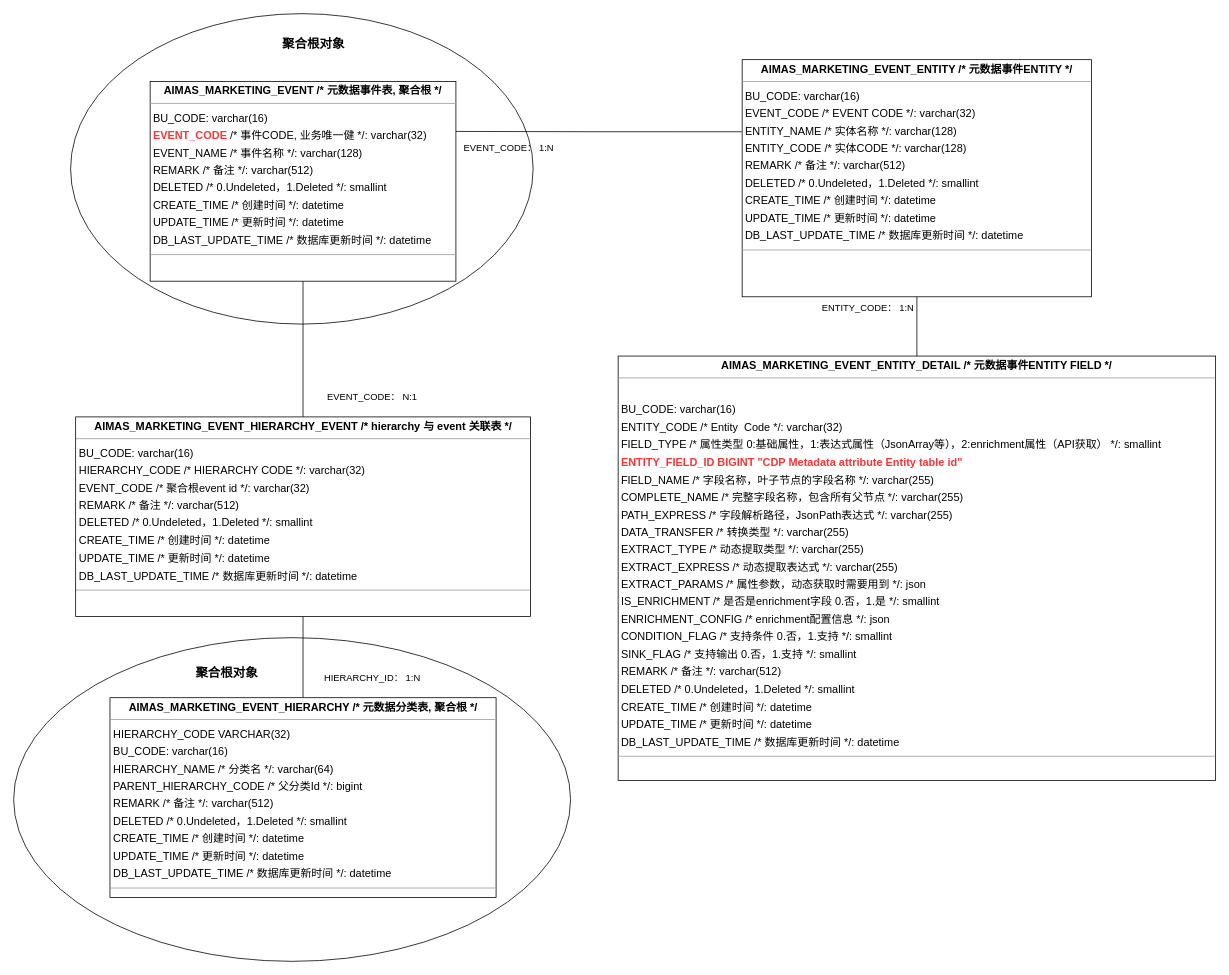
Before: techlab/AIMAS event center ER.drawio in qiufang1314/drawio, a draw.io diagram. Source tidied: cells renumbered, new cells numbered last; positions are measured from the earlier drawing's top-left corner, leaving out a move shared by most shapes. Both pictures are drawn from the tidied source at 78%, with x=0, y=0 at pixel (13, 13).
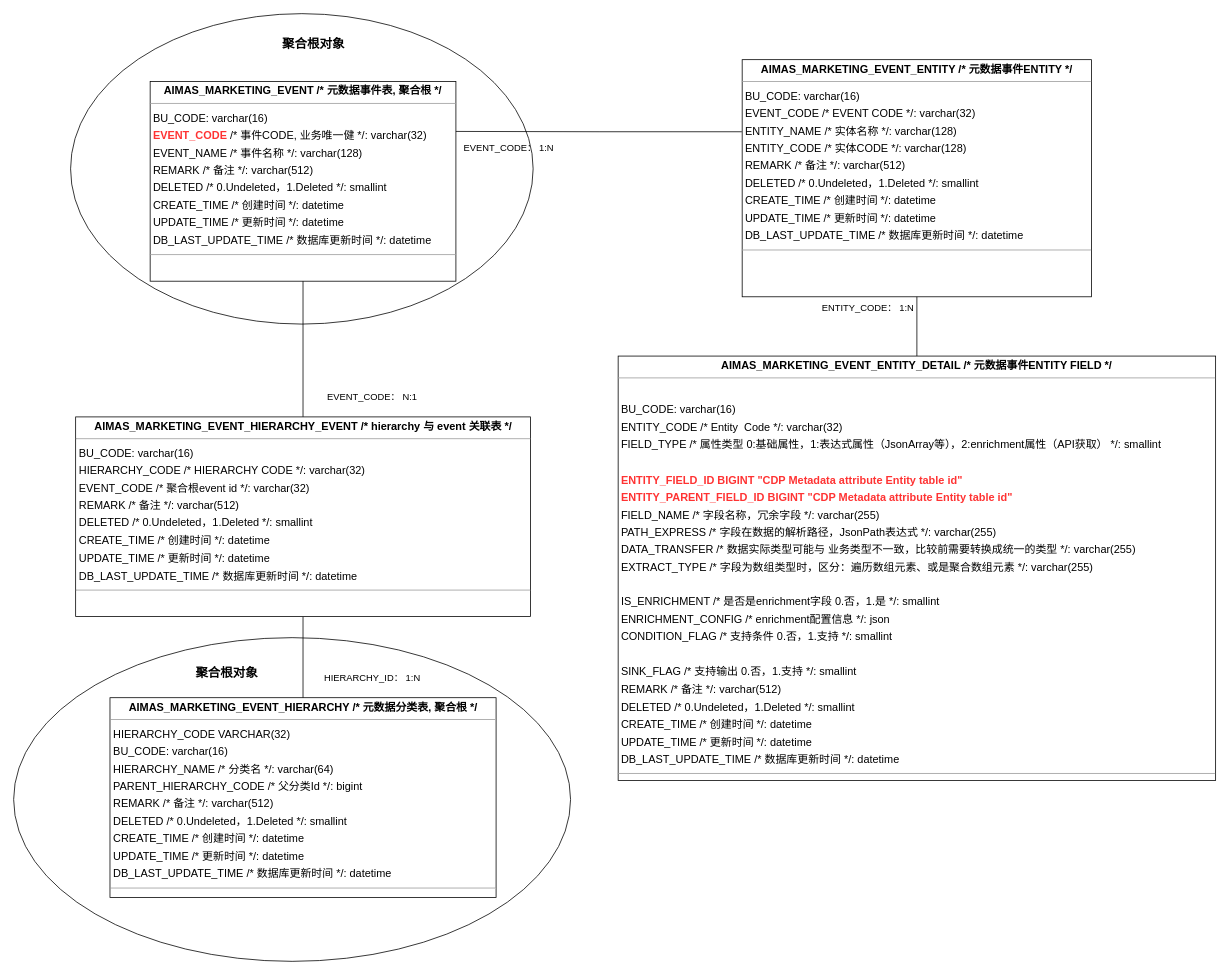
The same page after the edit.

Change to the diagram source:
```diff
@@
 <mxGraphModel>
   <root>
     <mxCell id="0" />
     <mxCell id="1" parent="0" />
     <mxCell id="2" style="ellipse;whiteSpace=wrap;html=1;" parent="1" vertex="1">
       <mxGeometry y="800" width="714" height="415" as="geometry" />
     </mxCell>
     <mxCell id="3" style="ellipse;whiteSpace=wrap;html=1;" parent="1" vertex="1">
       <mxGeometry x="73" width="593" height="398" as="geometry" />
     </mxCell>
     <mxCell id="4" value="&lt;p style=&quot;margin:0px;margin-top:4px;text-align:center;&quot;&gt;&lt;b&gt;AIMAS_MARKETING_EVENT  /* 元数据事件表, 聚合根 */&lt;/b&gt;&lt;/p&gt;&lt;hr size=&quot;1&quot;&gt;&lt;p style=&quot;margin:0 0 0 4px;line-height:1.6;&quot;&gt; BU_CODE: varchar(16)&lt;br&gt;&lt;b&gt;&lt;font color=&quot;#ff3333&quot;&gt; EVENT_CODE&lt;/font&gt;&lt;/b&gt;  /* 事件CODE, 业务唯一健 */: varchar(32)&lt;br&gt; EVENT_NAME  /* 事件名称 */: varchar(128)&lt;br&gt; REMARK  /* 备注 */: varchar(512)&lt;br&gt; DELETED  /* 0.Undeleted，1.Deleted */: smallint&lt;br&gt; CREATE_TIME  /* 创建时间 */: datetime&lt;br&gt; UPDATE_TIME  /* 更新时间 */: datetime&lt;br&gt; DB_LAST_UPDATE_TIME  /* 数据库更新时间 */: datetime&lt;/p&gt;&lt;hr size=&quot;1&quot;&gt;&lt;p style=&quot;margin:0 0 0 4px;line-height:1.6;&quot;&gt;&lt;br&gt;&lt;/p&gt;" style="verticalAlign=top;align=left;overflow=fill;fontSize=14;fontFamily=Helvetica;html=1;rounded=0;shadow=0;comic=0;labelBackgroundColor=none;strokeWidth=1;" parent="1" vertex="1">
       <mxGeometry x="175" y="87" width="392" height="256" as="geometry" />
     </mxCell>
     <mxCell id="5" style="edgeStyle=orthogonalEdgeStyle;rounded=0;jettySize=auto;html=1;entryX=1;entryY=0.25;entryDx=0;entryDy=0;exitX=-0.001;exitY=0.304;exitDx=0;exitDy=0;exitPerimeter=0;endArrow=none;endFill=0;" parent="1" edge="1" source="6" target="4">
       <mxGeometry relative="1" as="geometry" />
     </mxCell>
     <mxCell id="6" value="&lt;p style=&quot;margin:0px;margin-top:4px;text-align:center;&quot;&gt;&lt;b&gt;AIMAS_MARKETING_EVENT_ENTITY  /* 元数据事件ENTITY */&lt;/b&gt;&lt;/p&gt;&lt;hr size=&quot;1&quot;&gt;&lt;p style=&quot;margin:0 0 0 4px;line-height:1.6;&quot;&gt;BU_CODE: varchar(16)&lt;br&gt;&lt;/p&gt;&lt;p style=&quot;margin:0 0 0 4px;line-height:1.6;&quot;&gt; EVENT_CODE  /* EVENT CODE */: varchar(32)&lt;br&gt; ENTITY_NAME  /* 实体名称 */: varchar(128)&lt;br&gt; ENTITY_CODE  /* 实体CODE */: varchar(128)&lt;br&gt; REMARK  /* 备注 */: varchar(512)&lt;br&gt; DELETED  /* 0.Undeleted，1.Deleted */: smallint&lt;br&gt; CREATE_TIME  /* 创建时间 */: datetime&lt;br&gt; UPDATE_TIME  /* 更新时间 */: datetime&lt;br&gt; DB_LAST_UPDATE_TIME  /* 数据库更新时间 */: datetime&lt;/p&gt;&lt;hr size=&quot;1&quot;&gt;&lt;p style=&quot;margin:0 0 0 4px;line-height:1.6;&quot;&gt;&lt;br&gt;&lt;/p&gt;" style="verticalAlign=top;align=left;overflow=fill;fontSize=14;fontFamily=Helvetica;html=1;rounded=0;shadow=0;comic=0;labelBackgroundColor=none;strokeWidth=1;" parent="1" vertex="1">
       <mxGeometry x="934" y="59" width="448" height="304" as="geometry" />
     </mxCell>
     <mxCell id="7" style="edgeStyle=orthogonalEdgeStyle;rounded=0;jettySize=auto;html=1;endArrow=none;endFill=0;" parent="1" edge="1" source="8" target="6">
       <mxGeometry relative="1" as="geometry" />
     </mxCell>
-    <mxCell id="8" value="&lt;p style=&quot;margin:0px;margin-top:4px;text-align:center;&quot;&gt;&lt;b&gt;AIMAS_MARKETING_EVENT_ENTITY_DETAIL /* 元数据事件ENTITY FIELD */&lt;/b&gt;&lt;/p&gt;&lt;hr size=&quot;1&quot;&gt;&lt;p style=&quot;margin:0 0 0 4px;line-height:1.6;&quot;&gt;&lt;br&gt;&lt;/p&gt;&lt;p style=&quot;margin:0 0 0 4px;line-height:1.6;&quot;&gt; BU_CODE: varchar(16)&lt;br&gt; ENTITY_CODE /* Entity &amp;nbsp;Code */: varchar(32)&lt;br&gt; FIELD_TYPE  /* 属性类型 0:基础属性，1:表达式属性（JsonArray等），2:enrichment属性（API获取） */: smallint&lt;/p&gt;&lt;p style=&quot;margin:0 0 0 4px;line-height:1.6;&quot;&gt;&lt;font color=&quot;#ff3333&quot;&gt;&lt;b&gt;ENTITY_FIELD_ID BIGINT &quot;CDP Metadata attribute Entity table id&quot;&lt;/b&gt;&lt;/font&gt;&lt;br&gt; FIELD_NAME  /* 字段名称，叶子节点的字段名称 */: varchar(255)&lt;br&gt; COMPLETE_NAME  /* 完整字段名称，包含所有父节点 */: varchar(255)&lt;br&gt; PATH_EXPRESS  /* 字段解析路径，JsonPath表达式 */: varchar(255)&lt;br&gt; DATA_TRANSFER  /* 转换类型 */: varchar(255)&lt;br&gt; EXTRACT_TYPE  /* 动态提取类型 */: varchar(255)&lt;br&gt; EXTRACT_EXPRESS  /* 动态提取表达式 */: varchar(255)&lt;br&gt; EXTRACT_PARAMS  /* 属性参数，动态获取时需要用到 */: json&lt;br&gt; IS_ENRICHMENT  /* 是否是enrichment字段 0.否，1.是 */: smallint&lt;br&gt; ENRICHMENT_CONFIG  /* enrichment配置信息 */: json&lt;br&gt; CONDITION_FLAG  /* 支持条件 0.否，1.支持 */: smallint&lt;br&gt; SINK_FLAG  /* 支持输出 0.否，1.支持 */: smallint&lt;br&gt; REMARK  /* 备注 */: varchar(512)&lt;br&gt; DELETED  /* 0.Undeleted，1.Deleted */: smallint&lt;br&gt; CREATE_TIME  /* 创建时间 */: datetime&lt;br&gt; UPDATE_TIME  /* 更新时间 */: datetime&lt;br&gt; DB_LAST_UPDATE_TIME  /* 数据库更新时间 */: datetime&lt;/p&gt;&lt;hr size=&quot;1&quot;&gt;&lt;p style=&quot;margin:0 0 0 4px;line-height:1.6;&quot;&gt;&lt;br&gt;&lt;/p&gt;" style="verticalAlign=top;align=left;overflow=fill;fontSize=14;fontFamily=Helvetica;html=1;rounded=0;shadow=0;comic=0;labelBackgroundColor=none;strokeWidth=1;" parent="1" vertex="1">
+    <mxCell id="8" value="&lt;p style=&quot;margin:0px;margin-top:4px;text-align:center;&quot;&gt;&lt;b&gt;AIMAS_MARKETING_EVENT_ENTITY_DETAIL /* 元数据事件ENTITY FIELD */&lt;/b&gt;&lt;/p&gt;&lt;hr size=&quot;1&quot;&gt;&lt;p style=&quot;margin:0 0 0 4px;line-height:1.6;&quot;&gt;&lt;br&gt;&lt;/p&gt;&lt;p style=&quot;margin:0 0 0 4px;line-height:1.6;&quot;&gt; BU_CODE: varchar(16)&lt;br&gt; ENTITY_CODE /* Entity &amp;nbsp;Code */: varchar(32)&lt;br&gt; FIELD_TYPE  /* 属性类型 0:基础属性，1:表达式属性（JsonArray等），2:enrichment属性（API获取） */: smallint&lt;/p&gt;&lt;p style=&quot;margin:0 0 0 4px;line-height:1.6;&quot;&gt;&lt;br&gt;&lt;/p&gt;&lt;p style=&quot;margin:0 0 0 4px;line-height:1.6;&quot;&gt;&lt;font color=&quot;#ff3333&quot;&gt;&lt;b&gt;ENTITY_FIELD_ID BIGINT &quot;CDP Metadata attribute Entity table id&quot;&lt;/b&gt;&lt;/font&gt;&lt;/p&gt;&lt;p style=&quot;margin:0 0 0 4px;line-height:1.6;&quot;&gt;&lt;b style=&quot;caret-color: rgb(255, 51, 51); color: rgb(255, 51, 51);&quot;&gt;ENTITY_PARENT_FIELD_ID BIGINT &quot;CDP Metadata attribute Entity table id&quot;&lt;/b&gt;&lt;font color=&quot;#ff3333&quot;&gt;&lt;span style=&quot;caret-color: rgb(255, 51, 51);&quot;&gt;&lt;b&gt;&lt;br&gt;&lt;/b&gt;&lt;/span&gt;&lt;/font&gt; FIELD_NAME  /* 字段名称，冗余字段 */: varchar(255)&lt;br&gt; PATH_EXPRESS  /* 字段在数据的解析路径，JsonPath表达式 */: varchar(255)&lt;br&gt; DATA_TRANSFER  /* 数据实际类型可能与 业务类型不一致，比较前需要转换成统一的类型 */: varchar(255)&lt;br&gt; EXTRACT_TYPE  /* 字段为数组类型时，区分：遍历数组元素、或是聚合数组元素 */: varchar(255)&lt;br&gt;&lt;br&gt; IS_ENRICHMENT  /* 是否是enrichment字段 0.否，1.是 */: smallint&lt;br&gt; ENRICHMENT_CONFIG  /* enrichment配置信息 */: json&lt;br&gt; CONDITION_FLAG  /* 支持条件 0.否，1.支持 */: smallint&lt;/p&gt;&lt;p style=&quot;margin:0 0 0 4px;line-height:1.6;&quot;&gt;&lt;br&gt; SINK_FLAG  /* 支持输出 0.否，1.支持 */: smallint&lt;br&gt; REMARK  /* 备注 */: varchar(512)&lt;br&gt; DELETED  /* 0.Undeleted，1.Deleted */: smallint&lt;br&gt; CREATE_TIME  /* 创建时间 */: datetime&lt;br&gt; UPDATE_TIME  /* 更新时间 */: datetime&lt;br&gt; DB_LAST_UPDATE_TIME  /* 数据库更新时间 */: datetime&lt;/p&gt;&lt;hr size=&quot;1&quot;&gt;&lt;p style=&quot;margin:0 0 0 4px;line-height:1.6;&quot;&gt;&lt;br&gt;&lt;/p&gt;" style="verticalAlign=top;align=left;overflow=fill;fontSize=14;fontFamily=Helvetica;html=1;rounded=0;shadow=0;comic=0;labelBackgroundColor=none;strokeWidth=1;" parent="1" vertex="1">
       <mxGeometry x="775" y="439" width="766" height="544" as="geometry" />
     </mxCell>
     <mxCell id="9" value="&lt;p style=&quot;margin:0px;margin-top:4px;text-align:center;&quot;&gt;&lt;b&gt;AIMAS_MARKETING_EVENT_HIERARCHY  /* 元数据分类表, 聚合根 */&lt;/b&gt;&lt;/p&gt;&lt;hr size=&quot;1&quot;&gt;&lt;p style=&quot;margin:0 0 0 4px;line-height:1.6;&quot;&gt;HIERARCHY_CODE VARCHAR(32)&lt;/p&gt;&lt;p style=&quot;margin:0 0 0 4px;line-height:1.6;&quot;&gt; BU_CODE: varchar(16)&lt;br&gt; HIERARCHY_NAME  /* 分类名 */: varchar(64)&lt;br&gt; PARENT_HIERARCHY_CODE /* 父分类Id */: bigint&lt;br&gt; REMARK  /* 备注 */: varchar(512)&lt;br&gt; DELETED  /* 0.Undeleted，1.Deleted */: smallint&lt;br&gt; CREATE_TIME  /* 创建时间 */: datetime&lt;br&gt; UPDATE_TIME  /* 更新时间 */: datetime&lt;br&gt; DB_LAST_UPDATE_TIME  /* 数据库更新时间 */: datetime&lt;/p&gt;&lt;hr size=&quot;1&quot;&gt;&lt;p style=&quot;margin:0 0 0 4px;line-height:1.6;&quot;&gt;&lt;br&gt;&lt;/p&gt;" style="verticalAlign=top;align=left;overflow=fill;fontSize=14;fontFamily=Helvetica;html=1;rounded=0;shadow=0;comic=0;labelBackgroundColor=none;strokeWidth=1;" parent="1" vertex="1">
       <mxGeometry x="123.5" y="877" width="495" height="256" as="geometry" />
     </mxCell>
     <mxCell id="10" style="edgeStyle=orthogonalEdgeStyle;rounded=0;jettySize=auto;html=1;entryX=0.5;entryY=1;entryDx=0;entryDy=0;endArrow=none;endFill=0;" parent="1" edge="1" source="12" target="4">
       <mxGeometry relative="1" as="geometry" />
     </mxCell>
     <mxCell id="11" style="edgeStyle=orthogonalEdgeStyle;rounded=0;jettySize=auto;html=1;endArrow=none;endFill=0;" parent="1" edge="1" source="12" target="9">
       <mxGeometry relative="1" as="geometry" />
     </mxCell>
     <mxCell id="12" value="&lt;p style=&quot;margin:0px;margin-top:4px;text-align:center;&quot;&gt;&lt;b&gt;AIMAS_MARKETING_EVENT_HIERARCHY_EVENT  /* hierarchy 与 event 关联表 */&lt;/b&gt;&lt;/p&gt;&lt;hr size=&quot;1&quot;&gt;&lt;p style=&quot;margin:0 0 0 4px;line-height:1.6;&quot;&gt; BU_CODE: varchar(16)&lt;br&gt; HIERARCHY_CODE /* HIERARCHY CODE */: varchar(32)&lt;br&gt; EVENT_CODE  /* 聚合根event id  */: varchar(32)&lt;br&gt; REMARK  /* 备注 */: varchar(512)&lt;br&gt; DELETED  /* 0.Undeleted，1.Deleted */: smallint&lt;br&gt; CREATE_TIME  /* 创建时间 */: datetime&lt;br&gt; UPDATE_TIME  /* 更新时间 */: datetime&lt;br&gt; DB_LAST_UPDATE_TIME  /* 数据库更新时间 */: datetime&lt;/p&gt;&lt;hr size=&quot;1&quot;&gt;&lt;p style=&quot;margin:0 0 0 4px;line-height:1.6;&quot;&gt;&lt;br&gt;&lt;/p&gt;" style="verticalAlign=top;align=left;overflow=fill;fontSize=14;fontFamily=Helvetica;html=1;rounded=0;shadow=0;comic=0;labelBackgroundColor=none;strokeWidth=1;" parent="1" vertex="1">
       <mxGeometry x="79.5" y="517" width="583" height="256" as="geometry" />
     </mxCell>
     <mxCell id="13" value="EVENT_CODE： 1:N" style="text;html=1;align=center;verticalAlign=middle;whiteSpace=wrap;rounded=0;" parent="1" vertex="1">
       <mxGeometry x="575" y="157" width="120" height="30" as="geometry" />
     </mxCell>
     <mxCell id="14" value="ENTITY_CODE： 1:N" style="text;html=1;align=center;verticalAlign=middle;whiteSpace=wrap;rounded=0;" parent="1" vertex="1">
       <mxGeometry x="1029" y="363" width="133" height="30" as="geometry" />
     </mxCell>
     <mxCell id="15" value="EVENT_CODE： N:1" style="text;html=1;align=center;verticalAlign=middle;whiteSpace=wrap;rounded=0;" parent="1" vertex="1">
       <mxGeometry x="375" y="477" width="170" height="30" as="geometry" />
     </mxCell>
     <mxCell id="16" value="HIERARCHY_ID： 1:N" style="text;html=1;align=center;verticalAlign=middle;whiteSpace=wrap;rounded=0;" parent="1" vertex="1">
       <mxGeometry x="375" y="837" width="170" height="30" as="geometry" />
     </mxCell>
     <mxCell id="17" value="聚合根对象" style="text;html=1;align=center;verticalAlign=middle;whiteSpace=wrap;rounded=0;fontStyle=1;fontSize=16;" parent="1" vertex="1">
       <mxGeometry x="329" y="24" width="111" height="30" as="geometry" />
     </mxCell>
     <mxCell id="18" value="聚合根对象" style="text;html=1;align=center;verticalAlign=middle;whiteSpace=wrap;rounded=0;fontStyle=1;fontSize=16;" parent="1" vertex="1">
       <mxGeometry x="202" y="830" width="143" height="30" as="geometry" />
     </mxCell>
   </root>
 </mxGraphModel>
```
